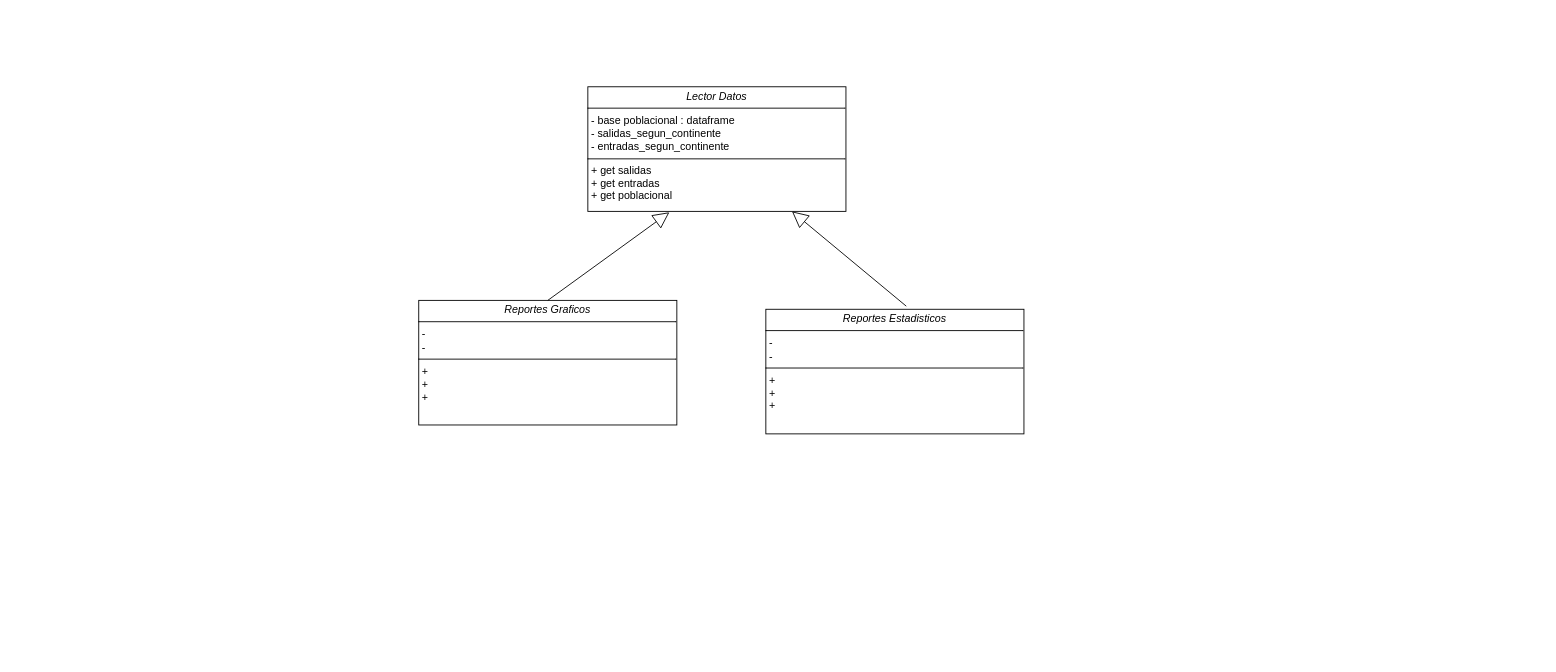
The draw.io diagram Diagrama sin título.drawio in Code0008/TRABAJOS_POO_UPSEX, before the edit. Source tidied: cells renumbered, new cells numbered last; positions are measured from the earlier drawing's top-left corner, leaving out a move shared by most shapes. Both pictures are drawn from the tidied source at 89%, with x=0, y=0 at pixel (418, 86).
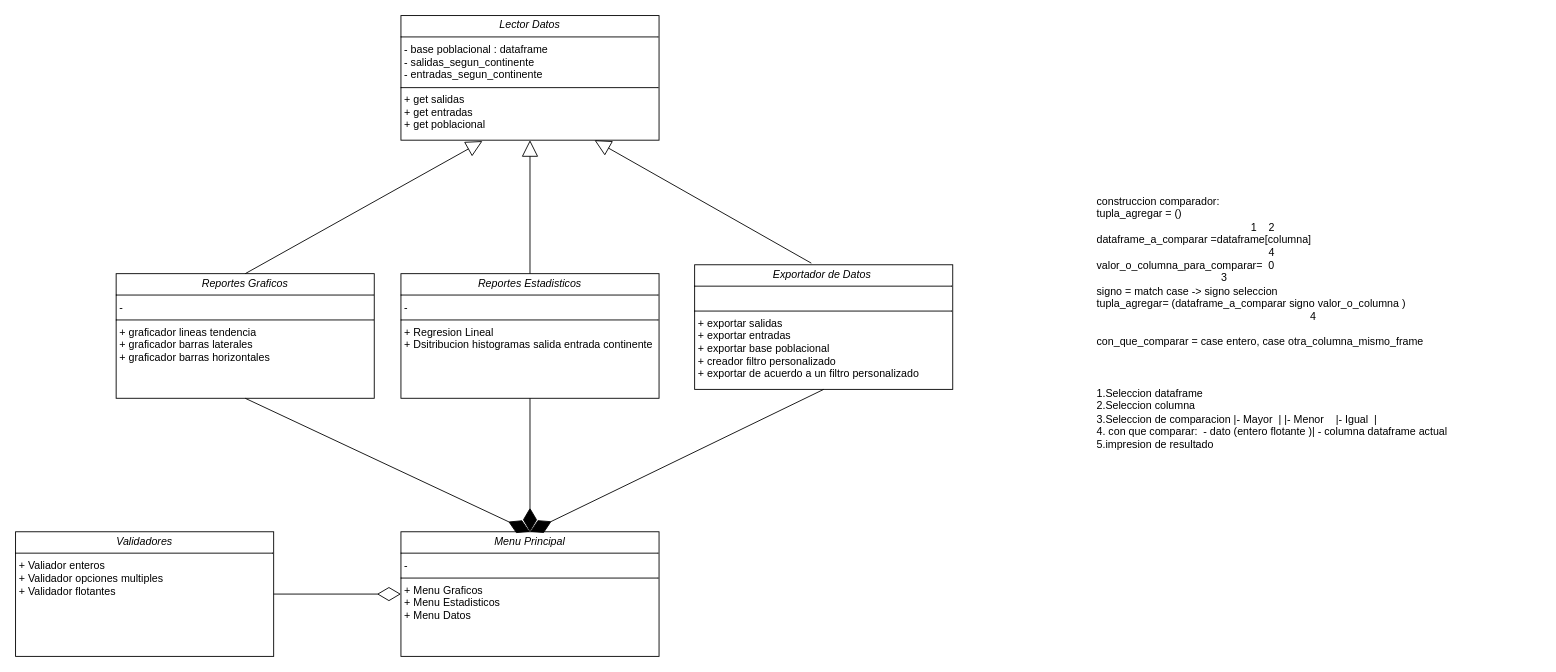
Above is the later version.

Diff of the diagram source:
```diff
@@
 <mxGraphModel>
   <root>
     <mxCell id="0" />
     <mxCell id="1" parent="0" />
     <mxCell id="2" value="&lt;p style=&quot;margin:0px;margin-top:4px;text-align:center;&quot;&gt;&lt;i&gt;Lector Datos&lt;/i&gt;&lt;/p&gt;&lt;hr size=&quot;1&quot; style=&quot;border-style:solid;&quot;&gt;&lt;p style=&quot;margin:0px;margin-left:4px;&quot;&gt;- base poblacional : dataframe&lt;br&gt;- salidas_segun_continente&lt;/p&gt;&lt;p style=&quot;margin:0px;margin-left:4px;&quot;&gt;- entradas_segun_continente&lt;/p&gt;&lt;hr size=&quot;1&quot; style=&quot;border-style:solid;&quot;&gt;&lt;p style=&quot;margin:0px;margin-left:4px;&quot;&gt;+ get salidas&lt;br&gt;+ get entradas&lt;/p&gt;&lt;p style=&quot;margin:0px;margin-left:4px;&quot;&gt;+ get poblacional&lt;/p&gt;" style="verticalAlign=top;align=left;overflow=fill;html=1;whiteSpace=wrap;" parent="1" vertex="1">
-      <mxGeometry x="190" width="290" height="140" as="geometry" />
+      <mxGeometry x="-20" y="-80" width="290" height="140" as="geometry" />
     </mxCell>
-    <mxCell id="3" value="&lt;p style=&quot;margin:0px;margin-top:4px;text-align:center;&quot;&gt;&lt;i&gt;Reportes Graficos&lt;/i&gt;&lt;/p&gt;&lt;hr size=&quot;1&quot; style=&quot;border-style:solid;&quot;&gt;&lt;p style=&quot;margin:0px;margin-left:4px;&quot;&gt;-&lt;/p&gt;&lt;p style=&quot;margin:0px;margin-left:4px;&quot;&gt;-&amp;nbsp;&lt;/p&gt;&lt;hr size=&quot;1&quot; style=&quot;border-style:solid;&quot;&gt;&lt;p style=&quot;margin:0px;margin-left:4px;&quot;&gt;+&amp;nbsp;&lt;br&gt;+&amp;nbsp;&lt;/p&gt;&lt;p style=&quot;margin:0px;margin-left:4px;&quot;&gt;+&lt;/p&gt;" style="verticalAlign=top;align=left;overflow=fill;html=1;whiteSpace=wrap;" parent="1" vertex="1">
-      <mxGeometry y="240" width="290" height="140" as="geometry" />
+    <mxCell id="3" value="&lt;p style=&quot;margin:0px;margin-top:4px;text-align:center;&quot;&gt;&lt;i&gt;Reportes Graficos&lt;/i&gt;&lt;/p&gt;&lt;hr size=&quot;1&quot; style=&quot;border-style:solid;&quot;&gt;&lt;p style=&quot;margin:0px;margin-left:4px;&quot;&gt;-&lt;/p&gt;&lt;hr size=&quot;1&quot; style=&quot;border-style:solid;&quot;&gt;&lt;p style=&quot;margin:0px;margin-left:4px;&quot;&gt;+ graficador lineas tendencia&lt;br&gt;+ graficador barras laterales&lt;/p&gt;&lt;p style=&quot;margin:0px;margin-left:4px;&quot;&gt;+ graficador barras horizontales&lt;/p&gt;&lt;p style=&quot;margin:0px;margin-left:4px;&quot;&gt;&lt;br&gt;&lt;/p&gt;" style="verticalAlign=top;align=left;overflow=fill;html=1;whiteSpace=wrap;" parent="1" vertex="1">
+      <mxGeometry x="-340" y="210" width="290" height="140" as="geometry" />
     </mxCell>
-    <mxCell id="4" value="&lt;p style=&quot;margin:0px;margin-top:4px;text-align:center;&quot;&gt;&lt;i&gt;Reportes Estadisticos&lt;/i&gt;&lt;/p&gt;&lt;hr size=&quot;1&quot; style=&quot;border-style:solid;&quot;&gt;&lt;p style=&quot;margin:0px;margin-left:4px;&quot;&gt;-&amp;nbsp;&amp;nbsp;&lt;/p&gt;&lt;p style=&quot;margin:0px;margin-left:4px;&quot;&gt;-&amp;nbsp;&lt;/p&gt;&lt;hr size=&quot;1&quot; style=&quot;border-style:solid;&quot;&gt;&lt;p style=&quot;margin:0px;margin-left:4px;&quot;&gt;+&amp;nbsp;&lt;br&gt;+&amp;nbsp;&lt;/p&gt;&lt;p style=&quot;margin:0px;margin-left:4px;&quot;&gt;+&lt;/p&gt;" style="verticalAlign=top;align=left;overflow=fill;html=1;whiteSpace=wrap;" parent="1" vertex="1">
-      <mxGeometry x="390" y="250" width="290" height="140" as="geometry" />
+    <mxCell id="4" value="&lt;p style=&quot;margin:0px;margin-top:4px;text-align:center;&quot;&gt;&lt;i&gt;Reportes Estadisticos&lt;/i&gt;&lt;/p&gt;&lt;hr size=&quot;1&quot; style=&quot;border-style:solid;&quot;&gt;&lt;p style=&quot;margin:0px;margin-left:4px;&quot;&gt;-&amp;nbsp;&amp;nbsp;&lt;/p&gt;&lt;hr size=&quot;1&quot; style=&quot;border-style:solid;&quot;&gt;&lt;p style=&quot;margin:0px;margin-left:4px;&quot;&gt;+ Regresion Lineal&amp;nbsp;&lt;br&gt;+ Dsitribucion histogramas salida entrada continente&lt;/p&gt;&lt;p style=&quot;margin:0px;margin-left:4px;&quot;&gt;&lt;br&gt;&lt;/p&gt;" style="verticalAlign=top;align=left;overflow=fill;html=1;whiteSpace=wrap;" parent="1" vertex="1">
+      <mxGeometry x="-20" y="210" width="290" height="140" as="geometry" />
     </mxCell>
     <mxCell id="5" style="endArrow=block;endSize=16;endFill=0;html=1;rounded=0;exitX=0.5;exitY=0;exitDx=0;exitDy=0;entryX=0.316;entryY=1.007;entryDx=0;entryDy=0;entryPerimeter=0;" parent="1" edge="1" source="3" target="2">
       <mxGeometry relative="1" as="geometry" />
     </mxCell>
-    <mxCell id="6" style="endArrow=block;endSize=16;endFill=0;html=1;rounded=0;exitX=0.544;exitY=-0.025;exitDx=0;exitDy=0;exitPerimeter=0;" parent="1" edge="1" source="4" target="2">
+    <mxCell id="6" style="endArrow=block;endSize=16;endFill=0;html=1;rounded=0;exitX=0.5;exitY=0;exitDx=0;exitDy=0;entryX=0.5;entryY=1;entryDx=0;entryDy=0;" parent="1" edge="1" source="4" target="2">
       <mxGeometry relative="1" as="geometry" />
     </mxCell>
+    <mxCell id="7" value="&lt;p style=&quot;margin:0px;margin-top:4px;text-align:center;&quot;&gt;&lt;i&gt;Menu Principal&lt;/i&gt;&lt;/p&gt;&lt;hr size=&quot;1&quot; style=&quot;border-style:solid;&quot;&gt;&lt;p style=&quot;margin:0px;margin-left:4px;&quot;&gt;-&amp;nbsp;&lt;/p&gt;&lt;hr size=&quot;1&quot; style=&quot;border-style:solid;&quot;&gt;&lt;p style=&quot;margin:0px;margin-left:4px;&quot;&gt;+ Menu Graficos&lt;/p&gt;&lt;p style=&quot;margin:0px;margin-left:4px;&quot;&gt;+ Menu Estadisticos&lt;/p&gt;&lt;p style=&quot;margin:0px;margin-left:4px;&quot;&gt;+ Menu Datos&lt;/p&gt;&lt;p style=&quot;margin:0px;margin-left:4px;&quot;&gt;&lt;br&gt;&lt;/p&gt;" style="verticalAlign=top;align=left;overflow=fill;html=1;whiteSpace=wrap;" parent="1" vertex="1">
+      <mxGeometry x="-20" y="500" width="290" height="140" as="geometry" />
+    </mxCell>
+    <mxCell id="8" style="endArrow=diamondThin;endFill=1;endSize=24;html=1;rounded=0;entryX=0.5;entryY=0;entryDx=0;entryDy=0;exitX=0.5;exitY=1;exitDx=0;exitDy=0;" parent="1" edge="1" source="3" target="7">
+      <mxGeometry relative="1" as="geometry" />
+    </mxCell>
+    <mxCell id="9" style="endArrow=diamondThin;endFill=1;endSize=24;html=1;rounded=0;entryX=0.5;entryY=0;entryDx=0;entryDy=0;exitX=0.5;exitY=1;exitDx=0;exitDy=0;" parent="1" edge="1" source="4" target="7">
+      <mxGeometry relative="1" as="geometry" />
+    </mxCell>
+    <mxCell id="10" value="&lt;p style=&quot;margin:0px;margin-top:4px;text-align:center;&quot;&gt;&lt;i&gt;Exportador de Datos&amp;nbsp;&lt;/i&gt;&lt;/p&gt;&lt;hr size=&quot;1&quot; style=&quot;border-style:solid;&quot;&gt;&lt;p style=&quot;margin:0px;margin-left:4px;&quot;&gt;&lt;span style=&quot;background-color: initial;&quot;&gt;&amp;nbsp;&amp;nbsp;&lt;/span&gt;&lt;/p&gt;&lt;hr size=&quot;1&quot; style=&quot;border-style:solid;&quot;&gt;&lt;p style=&quot;margin:0px;margin-left:4px;&quot;&gt;+ exportar salidas&lt;br&gt;+ exportar entradas&lt;/p&gt;&lt;p style=&quot;margin:0px;margin-left:4px;&quot;&gt;+ exportar base poblacional&lt;/p&gt;&lt;p style=&quot;margin:0px;margin-left:4px;&quot;&gt;+ creador filtro personalizado&lt;/p&gt;&lt;p style=&quot;margin:0px;margin-left:4px;&quot;&gt;+ exportar de acuerdo a un filtro personalizado&amp;nbsp;&lt;/p&gt;&lt;p style=&quot;margin:0px;margin-left:4px;&quot;&gt;&lt;br&gt;&lt;/p&gt;" style="verticalAlign=top;align=left;overflow=fill;html=1;whiteSpace=wrap;" parent="1" vertex="1">
+      <mxGeometry x="310" y="200" width="290" height="140" as="geometry" />
+    </mxCell>
+    <mxCell id="11" style="endArrow=block;endSize=16;endFill=0;html=1;rounded=0;exitX=0.452;exitY=-0.013;exitDx=0;exitDy=0;exitPerimeter=0;entryX=0.75;entryY=1;entryDx=0;entryDy=0;" parent="1" edge="1" source="10" target="2">
+      <mxGeometry relative="1" as="geometry" />
+    </mxCell>
+    <mxCell id="12" style="endArrow=diamondThin;endFill=1;endSize=24;html=1;rounded=0;exitX=0.5;exitY=1;exitDx=0;exitDy=0;entryX=0.5;entryY=0;entryDx=0;entryDy=0;" parent="1" edge="1" source="10" target="7">
+      <mxGeometry relative="1" as="geometry" />
+    </mxCell>
+    <mxCell id="13" value="construccion comparador: &#10;tupla_agregar = ()&#10;                                                    1    2&#10;dataframe_a_comparar =dataframe[columna]&#10;                                                          4&#10;valor_o_columna_para_comparar=  0&#10;                                          3  &#10;signo = match case -&gt; signo seleccion&#10;tupla_agregar= (dataframe_a_comparar signo valor_o_columna )&#10;                                                                        4&#10;&#10;con_que_comparar = case entero, case otra_columna_mismo_frame&#10;&#10;&#10;            &#10;1.Seleccion dataframe&#10;2.Seleccion columna&#10;3.Seleccion de comparacion |- Mayor  | |- Menor    |- Igual  |&#10;4. con que comparar:  - dato (entero flotante )| - columna dataframe actual&#10;5.impresion de resultado" style="text;whiteSpace=wrap;" parent="1" vertex="1">
+      <mxGeometry x="760" y="115" width="500" height="330" as="geometry" />
+    </mxCell>
+    <mxCell id="14" value="&lt;p style=&quot;margin:0px;margin-top:4px;text-align:center;&quot;&gt;&lt;i&gt;Validadores&lt;/i&gt;&lt;/p&gt;&lt;hr size=&quot;1&quot; style=&quot;border-style:solid;&quot;&gt;&lt;p style=&quot;margin:0px;margin-left:4px;&quot;&gt;+ Valiador enteros&lt;/p&gt;&lt;p style=&quot;margin:0px;margin-left:4px;&quot;&gt;+ Validador opciones multiples&lt;/p&gt;&lt;p style=&quot;margin:0px;margin-left:4px;&quot;&gt;+ Validador flotantes&lt;/p&gt;&lt;p style=&quot;margin:0px;margin-left:4px;&quot;&gt;&lt;br&gt;&lt;/p&gt;" style="verticalAlign=top;align=left;overflow=fill;html=1;whiteSpace=wrap;" parent="1" vertex="1">
+      <mxGeometry x="-453" y="500" width="290" height="140" as="geometry" />
+    </mxCell>
+    <mxCell id="15" style="endArrow=diamondThin;endFill=0;endSize=24;html=1;rounded=0;entryX=0;entryY=0.5;entryDx=0;entryDy=0;exitX=1;exitY=0.5;exitDx=0;exitDy=0;" parent="1" edge="1" source="14" target="7">
+      <mxGeometry relative="1" as="geometry" />
+    </mxCell>
   </root>
 </mxGraphModel>
```
